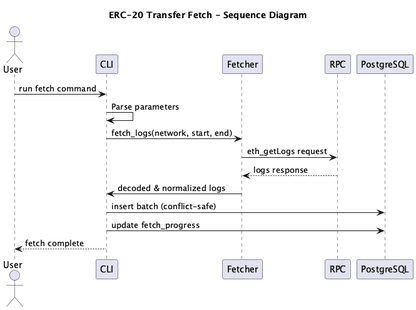
This is report/figures/sequence_diagram.png from celilozknn/CMPE492-Project, a PlantUML export, as it was before one commit.
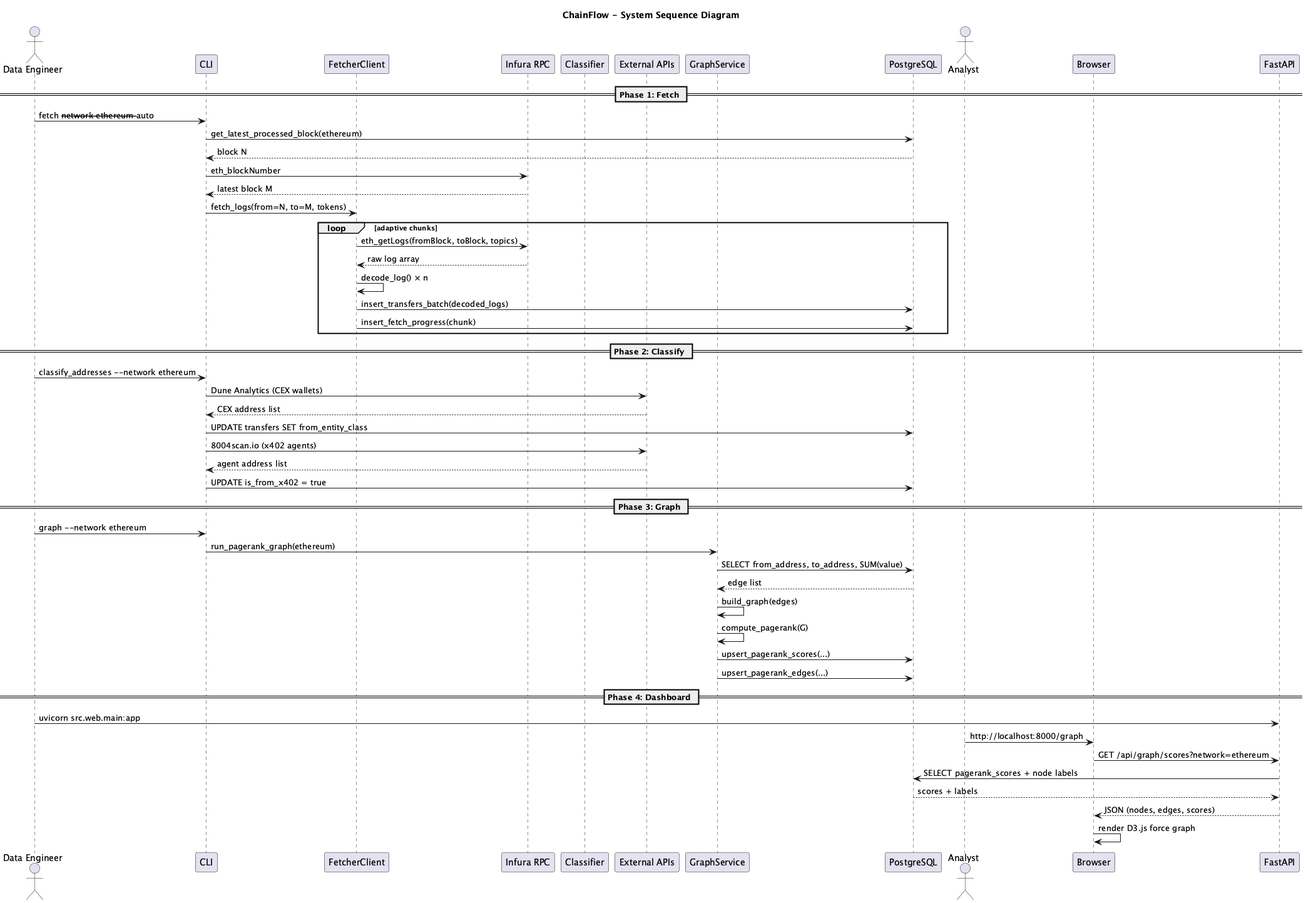
After the commit.

What changed in the source:
```diff
@@ -1,18 +1,63 @@
 @startuml
-title ERC-20 Transfer Fetch - Sequence Diagram
-actor User
-participant CLI
-participant Fetcher
-participant RPC
-participant PostgreSQL
+title ChainFlow - System Sequence Diagram
 
-User -> CLI: run fetch command
-CLI -> CLI: Parse parameters
-CLI -> Fetcher: fetch_logs(network, start, end)
-Fetcher -> RPC: eth_getLogs request
-RPC --> Fetcher: logs response
-Fetcher -> CLI: decoded & normalized logs
-CLI -> PostgreSQL: insert batch (conflict-safe)
-CLI -> PostgreSQL: update fetch_progress
-CLI --> User: fetch complete
+actor "Data Engineer" as DE
+participant "CLI" as CLI
+participant "FetcherClient" as Fetcher
+participant "Infura RPC" as RPC
+participant "Classifier" as Classifier
+participant "External APIs" as ExtAPI
+participant "GraphService" as Graph
+participant "PostgreSQL" as PG
+actor "Analyst" as Analyst
+participant "Browser" as Browser
+participant "FastAPI" as Web
+
+== Phase 1: Fetch ==
+
+DE -> CLI : fetch --network ethereum --auto
+CLI -> PG : get_latest_processed_block(ethereum)
+PG --> CLI : block N
+CLI -> RPC : eth_blockNumber
+RPC --> CLI : latest block M
+CLI -> Fetcher : fetch_logs(from=N, to=M, tokens)
+loop adaptive chunks
+    Fetcher -> RPC : eth_getLogs(fromBlock, toBlock, topics)
+    RPC --> Fetcher : raw log array
+    Fetcher -> Fetcher : decode_log() × n
+    Fetcher -> PG : insert_transfers_batch(decoded_logs)
+    Fetcher -> PG : insert_fetch_progress(chunk)
+end
+
+== Phase 2: Classify ==
+
+DE -> CLI : classify_addresses --network ethereum
+CLI -> ExtAPI : Dune Analytics (CEX wallets)
+ExtAPI --> CLI : CEX address list
+CLI -> PG : UPDATE transfers SET from_entity_class
+CLI -> ExtAPI : 8004scan.io (x402 agents)
+ExtAPI --> CLI : agent address list
+CLI -> PG : UPDATE is_from_x402 = true
+
+== Phase 3: Graph ==
+
+DE -> CLI : graph --network ethereum
+CLI -> Graph : run_pagerank_graph(ethereum)
+Graph -> PG : SELECT from_address, to_address, SUM(value)
+PG --> Graph : edge list
+Graph -> Graph : build_graph(edges)
+Graph -> Graph : compute_pagerank(G)
+Graph -> PG : upsert_pagerank_scores(...)
+Graph -> PG : upsert_pagerank_edges(...)
+
+== Phase 4: Dashboard ==
+
+DE -> Web : uvicorn src.web.main:app
+Analyst -> Browser : http://localhost:8000/graph
+Browser -> Web : GET /api/graph/scores?network=ethereum
+Web -> PG : SELECT pagerank_scores + node labels
+PG --> Web : scores + labels
+Web --> Browser : JSON (nodes, edges, scores)
+Browser -> Browser : render D3.js force graph
+
 @enduml
```
